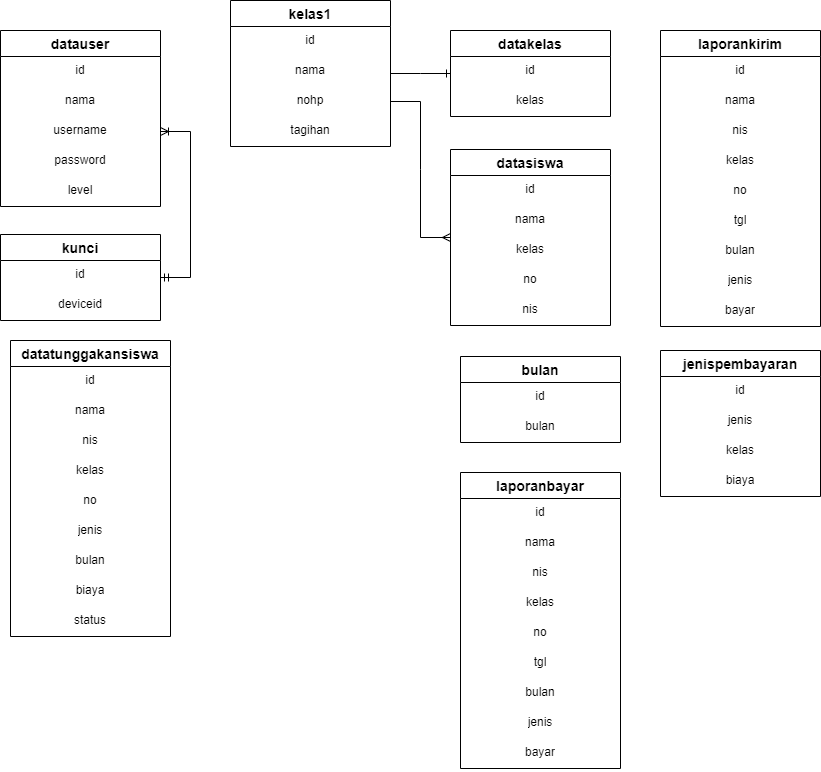
The draw.io diagram ERD.drawio.png in Dityaren/Diagram, before a commit. Source tidied: cells renumbered, new cells last; positions are measured from the earlier drawing's top-left corner, leaving out a move shared by most shapes.
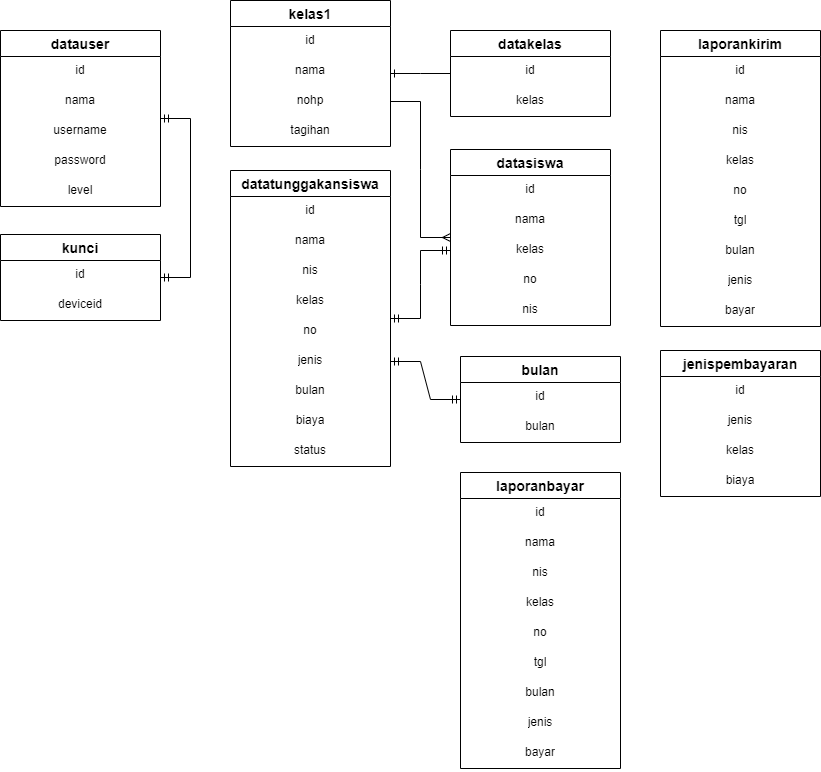
The same diagram one commit later.

The edit, as a diff of the source:
```diff
@@ -111,7 +111,7 @@
       <mxGeometry y="116" width="160" height="30" as="geometry" />
     </mxCell>
     <mxCell id="38" value="datatunggakansiswa" style="swimlane;fontStyle=1;horizontal=1;startSize=26;align=center;fontSize=14;" parent="1" vertex="1">
-      <mxGeometry x="10" y="340" width="160" height="296" as="geometry" />
+      <mxGeometry x="230" y="170" width="160" height="296" as="geometry" />
     </mxCell>
     <mxCell id="39" value="id" style="text;strokeColor=none;fillColor=none;spacingLeft=4;spacingRight=4;overflow=hidden;fontSize=12;align=center;" parent="38" vertex="1">
       <mxGeometry y="26" width="160" height="30" as="geometry" />
@@ -185,14 +185,20 @@
     <mxCell id="62" value="bayar" style="text;strokeColor=none;fillColor=none;spacingLeft=4;spacingRight=4;overflow=hidden;fontSize=12;align=center;html=1;" parent="53" vertex="1">
       <mxGeometry y="266" width="160" height="30" as="geometry" />
     </mxCell>
-    <mxCell id="63" style="edgeStyle=entityRelationEdgeStyle;fontSize=12;html=1;endArrow=ERoneToMany;startArrow=ERmandOne;rounded=0;entryX=1;entryY=0.5;entryDx=0;entryDy=0;" parent="1" edge="1" source="8" target="5">
-      <mxGeometry relative="1" as="geometry" />
-    </mxCell>
-    <mxCell id="64" style="edgeStyle=entityRelationEdgeStyle;fontSize=12;html=1;endArrow=ERone;endFill=1;rounded=0;" parent="1" edge="1" source="33" target="11">
+    <mxCell id="64" style="edgeStyle=entityRelationEdgeStyle;fontSize=12;html=1;endArrow=ERone;endFill=1;rounded=0;" parent="1" edge="1" source="11" target="33">
       <mxGeometry relative="1" as="geometry" />
     </mxCell>
     <mxCell id="65" style="edgeStyle=entityRelationEdgeStyle;fontSize=12;html=1;endArrow=ERmany;rounded=0;exitX=1;exitY=0.5;exitDx=0;exitDy=0;" parent="1" edge="1" source="36" target="17">
       <mxGeometry relative="1" as="geometry" />
     </mxCell>
+    <mxCell id="66" style="edgeStyle=entityRelationEdgeStyle;fontSize=12;html=1;endArrow=ERmandOne;startArrow=ERmandOne;rounded=0;entryX=0;entryY=0.5;entryDx=0;entryDy=0;entryPerimeter=0;" parent="1" edge="1" source="38" target="20">
+      <mxGeometry relative="1" as="geometry" />
+    </mxCell>
+    <mxCell id="67" style="edgeStyle=entityRelationEdgeStyle;fontSize=12;html=1;endArrow=ERmandOne;startArrow=ERmandOne;rounded=0;" parent="1" edge="1" source="8" target="2">
+      <mxGeometry relative="1" as="geometry" />
+    </mxCell>
+    <mxCell id="68" style="edgeStyle=entityRelationEdgeStyle;fontSize=12;html=1;endArrow=ERmandOne;startArrow=ERmandOne;rounded=0;" parent="1" edge="1" source="44" target="14">
+      <mxGeometry relative="1" as="geometry" />
+    </mxCell>
   </root>
 </mxGraphModel>
```
